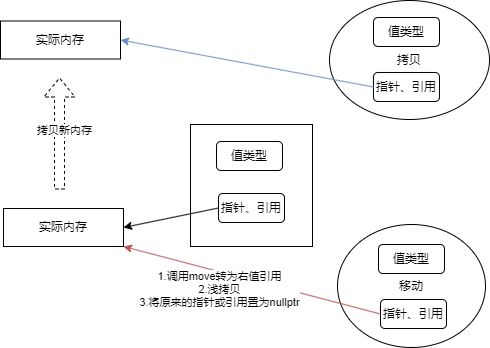
sirius-zyj/Images keeps this draw.io diagram as CS/算法/move的后续操作.drawio.png. Above is the earlier version. Source tidied: cells renumbered, new cells last; positions are measured from the earlier drawing's top-left corner, leaving out a move shared by most shapes.
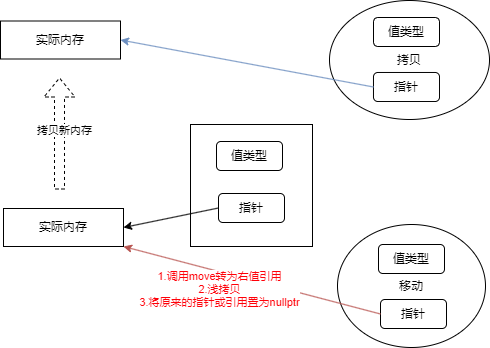
The same file after the commit.

Commit message:
更新move的后续操作.drawio.png

Change to the diagram source:
```diff
@@ -8,7 +8,7 @@
     <mxCell id="3" value="值类型" style="rounded=1;whiteSpace=wrap;html=1;" parent="1" vertex="1">
       <mxGeometry x="216" y="141" width="66" height="29" as="geometry" />
     </mxCell>
-    <mxCell id="4" value="指针、引用" style="rounded=1;whiteSpace=wrap;html=1;" parent="1" vertex="1">
+    <mxCell id="4" value="指针" style="rounded=1;whiteSpace=wrap;html=1;" parent="1" vertex="1">
       <mxGeometry x="218" y="193" width="66" height="29" as="geometry" />
     </mxCell>
     <mxCell id="5" value="拷贝" style="ellipse;whiteSpace=wrap;html=1;" parent="1" vertex="1">
@@ -23,7 +23,7 @@
     <mxCell id="8" value="实际内存" style="rounded=0;whiteSpace=wrap;html=1;" parent="1" vertex="1">
       <mxGeometry x="3" y="208" width="120" height="38" as="geometry" />
     </mxCell>
-    <mxCell id="9" value="指针、引用" style="rounded=1;whiteSpace=wrap;html=1;" parent="1" vertex="1">
+    <mxCell id="9" value="指针" style="rounded=1;whiteSpace=wrap;html=1;" parent="1" vertex="1">
       <mxGeometry x="380" y="299" width="66" height="29" as="geometry" />
     </mxCell>
     <mxCell id="10" value="值类型" style="rounded=1;whiteSpace=wrap;html=1;" parent="1" vertex="1">
@@ -32,7 +32,7 @@
     <mxCell id="11" style="endArrow=classic;html=1;rounded=0;exitX=0;exitY=0.5;exitDx=0;exitDy=0;entryX=1;entryY=1;entryDx=0;entryDy=0;fillColor=#f8cecc;strokeColor=#b85450;" parent="1" edge="1" source="9" target="8">
       <mxGeometry relative="1" as="geometry" />
     </mxCell>
-    <mxCell id="12" value="&lt;div&gt;1.调用move转为右值引用&lt;/div&gt;2.浅拷贝&lt;div&gt;3.将原来的指针或引用置为nullptr&lt;/div&gt;" style="edgeLabel;html=1;align=center;verticalAlign=middle;" parent="11" vertex="1">
+    <mxCell id="12" value="&lt;div&gt;1.调用move转为右值引用&lt;/div&gt;2.浅拷贝&lt;div&gt;3.将原来的指针或引用置为nullptr&lt;/div&gt;" style="edgeLabel;html=1;align=center;verticalAlign=middle;fontColor=#FF0008;" parent="11" vertex="1">
       <mxGeometry x="0.48" y="5" relative="1" as="geometry">
         <mxPoint x="30" y="20" as="offset" />
       </mxGeometry>
@@ -40,7 +40,7 @@
     <mxCell id="13" value="值类型" style="rounded=1;whiteSpace=wrap;html=1;" parent="1" vertex="1">
       <mxGeometry x="373" y="17" width="66" height="29" as="geometry" />
     </mxCell>
-    <mxCell id="14" value="指针、引用" style="rounded=1;whiteSpace=wrap;html=1;" parent="1" vertex="1">
+    <mxCell id="14" value="指针" style="rounded=1;whiteSpace=wrap;html=1;" parent="1" vertex="1">
       <mxGeometry x="373" y="72" width="66" height="29" as="geometry" />
     </mxCell>
     <mxCell id="15" value="实际内存" style="rounded=0;whiteSpace=wrap;html=1;" parent="1" vertex="1">
```
